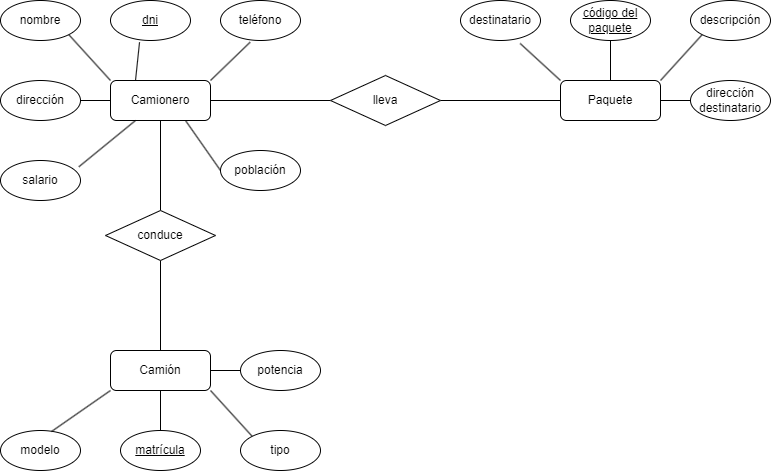
LuisMGlez/base-datos keeps this draw.io diagram as Unidad-1/Tareas/Tarea-3/Ejercicio4.drawio.png. Above is the earlier version. Source tidied: cells renumbered, new cells last; positions are measured from the earlier drawing's top-left corner, leaving out a move shared by most shapes.
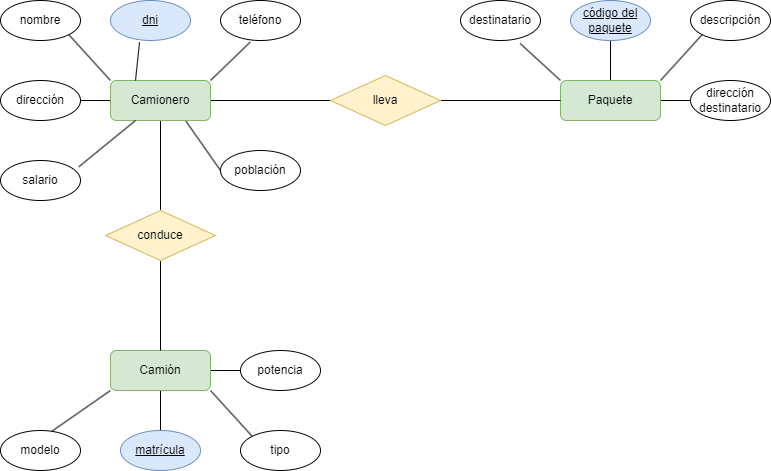
After the change.

What changed in the source:
```diff
@@ -17,7 +17,7 @@
     <mxCell id="6" style="rounded=0;jettySize=auto;html=1;exitX=0.75;exitY=1;exitDx=0;exitDy=0;entryX=0;entryY=0.5;entryDx=0;entryDy=0;endArrow=none;endFill=0;" parent="1" edge="1" source="7" target="26">
       <mxGeometry relative="1" as="geometry" />
     </mxCell>
-    <mxCell id="7" value="Camionero" style="rounded=1;whiteSpace=wrap;html=1;" parent="1" vertex="1">
+    <mxCell id="7" value="Camionero" style="rounded=1;whiteSpace=wrap;html=1;fillColor=#d5e8d4;strokeColor=#82b366;" parent="1" vertex="1">
       <mxGeometry x="110" y="80" width="100" height="40" as="geometry" />
     </mxCell>
     <mxCell id="8" style="rounded=0;jettySize=auto;html=1;exitX=1;exitY=0.5;exitDx=0;exitDy=0;entryX=0;entryY=0.5;entryDx=0;entryDy=0;endArrow=none;endFill=0;" parent="1" edge="1" source="11" target="20">
@@ -29,7 +29,7 @@
     <mxCell id="10" style="rounded=0;jettySize=auto;html=1;exitX=0.5;exitY=1;exitDx=0;exitDy=0;entryX=0.5;entryY=0;entryDx=0;entryDy=0;endArrow=none;endFill=0;" parent="1" edge="1" source="11" target="33">
       <mxGeometry relative="1" as="geometry" />
     </mxCell>
-    <mxCell id="11" value="Camión" style="rounded=1;whiteSpace=wrap;html=1;" parent="1" vertex="1">
+    <mxCell id="11" value="Camión" style="rounded=1;whiteSpace=wrap;html=1;fillColor=#d5e8d4;strokeColor=#82b366;" parent="1" vertex="1">
       <mxGeometry x="110" y="350" width="100" height="40" as="geometry" />
     </mxCell>
     <mxCell id="12" style="rounded=0;jettySize=auto;html=1;exitX=0.5;exitY=0;exitDx=0;exitDy=0;entryX=0.5;entryY=1;entryDx=0;entryDy=0;endArrow=none;endFill=0;" parent="1" edge="1" source="15" target="25">
@@ -41,19 +41,19 @@
     <mxCell id="14" style="rounded=0;jettySize=auto;html=1;exitX=1;exitY=0.5;exitDx=0;exitDy=0;entryX=0;entryY=0.5;entryDx=0;entryDy=0;endArrow=none;endFill=0;" parent="1" edge="1" source="15" target="22">
       <mxGeometry relative="1" as="geometry" />
     </mxCell>
-    <mxCell id="15" value="Paquete" style="rounded=1;whiteSpace=wrap;html=1;" parent="1" vertex="1">
+    <mxCell id="15" value="Paquete" style="rounded=1;whiteSpace=wrap;html=1;fillColor=#d5e8d4;strokeColor=#82b366;" parent="1" vertex="1">
       <mxGeometry x="560" y="80" width="100" height="40" as="geometry" />
     </mxCell>
     <mxCell id="16" style="edgeStyle=orthogonalEdgeStyle;rounded=0;jettySize=auto;html=1;exitX=1;exitY=0.5;exitDx=0;exitDy=0;entryX=0;entryY=0.5;entryDx=0;entryDy=0;endArrow=none;endFill=0;" parent="1" edge="1" source="17" target="15">
       <mxGeometry relative="1" as="geometry" />
     </mxCell>
-    <mxCell id="17" value="lleva" style="rhombus;whiteSpace=wrap;html=1;" parent="1" vertex="1">
+    <mxCell id="17" value="lleva" style="rhombus;whiteSpace=wrap;html=1;fillColor=#fff2cc;strokeColor=#d6b656;" parent="1" vertex="1">
       <mxGeometry x="330" y="75" width="110" height="50" as="geometry" />
     </mxCell>
     <mxCell id="18" style="edgeStyle=orthogonalEdgeStyle;rounded=0;jettySize=auto;html=1;exitX=0.5;exitY=1;exitDx=0;exitDy=0;entryX=0.5;entryY=0;entryDx=0;entryDy=0;endArrow=none;endFill=0;" parent="1" edge="1" source="19" target="11">
       <mxGeometry relative="1" as="geometry" />
     </mxCell>
-    <mxCell id="19" value="conduce" style="rhombus;whiteSpace=wrap;html=1;" parent="1" vertex="1">
+    <mxCell id="19" value="conduce" style="rhombus;whiteSpace=wrap;html=1;fillColor=#fff2cc;strokeColor=#d6b656;" parent="1" vertex="1">
       <mxGeometry x="105" y="210" width="110" height="50" as="geometry" />
     </mxCell>
     <mxCell id="20" value="potencia" style="ellipse;whiteSpace=wrap;html=1;" parent="1" vertex="1">
@@ -71,7 +71,7 @@
     <mxCell id="24" value="descripción" style="ellipse;whiteSpace=wrap;html=1;" parent="1" vertex="1">
       <mxGeometry x="690" width="80" height="40" as="geometry" />
     </mxCell>
-    <mxCell id="25" value="&lt;u&gt;código del paquete&lt;/u&gt;" style="ellipse;whiteSpace=wrap;html=1;" parent="1" vertex="1">
+    <mxCell id="25" value="&lt;u&gt;código del paquete&lt;/u&gt;" style="ellipse;whiteSpace=wrap;html=1;fillColor=#dae8fc;strokeColor=#6c8ebf;" parent="1" vertex="1">
       <mxGeometry x="570" width="80" height="40" as="geometry" />
     </mxCell>
     <mxCell id="26" value="población" style="ellipse;whiteSpace=wrap;html=1;" parent="1" vertex="1">
@@ -86,7 +86,7 @@
     <mxCell id="29" value="teléfono" style="ellipse;whiteSpace=wrap;html=1;" parent="1" vertex="1">
       <mxGeometry x="220" width="80" height="40" as="geometry" />
     </mxCell>
-    <mxCell id="30" value="&lt;u&gt;dni&lt;/u&gt;" style="ellipse;whiteSpace=wrap;html=1;" parent="1" vertex="1">
+    <mxCell id="30" value="&lt;u&gt;dni&lt;/u&gt;" style="ellipse;whiteSpace=wrap;html=1;fillColor=#dae8fc;strokeColor=#6c8ebf;" parent="1" vertex="1">
       <mxGeometry x="110" width="80" height="40" as="geometry" />
     </mxCell>
     <mxCell id="31" value="nombre" style="ellipse;whiteSpace=wrap;html=1;" parent="1" vertex="1">
@@ -95,7 +95,7 @@
     <mxCell id="32" value="modelo" style="ellipse;whiteSpace=wrap;html=1;" parent="1" vertex="1">
       <mxGeometry y="430" width="80" height="40" as="geometry" />
     </mxCell>
-    <mxCell id="33" value="&lt;u&gt;matrícula&lt;/u&gt;" style="ellipse;whiteSpace=wrap;html=1;" parent="1" vertex="1">
+    <mxCell id="33" value="&lt;u&gt;matrícula&lt;/u&gt;" style="ellipse;whiteSpace=wrap;html=1;fillColor=#dae8fc;strokeColor=#6c8ebf;" parent="1" vertex="1">
       <mxGeometry x="120" y="430" width="80" height="40" as="geometry" />
     </mxCell>
     <mxCell id="34" style="rounded=0;jettySize=auto;html=1;exitX=0.25;exitY=0;exitDx=0;exitDy=0;entryX=0.363;entryY=1.042;entryDx=0;entryDy=0;entryPerimeter=0;endArrow=none;endFill=0;" parent="1" edge="1" source="7" target="30">
```
